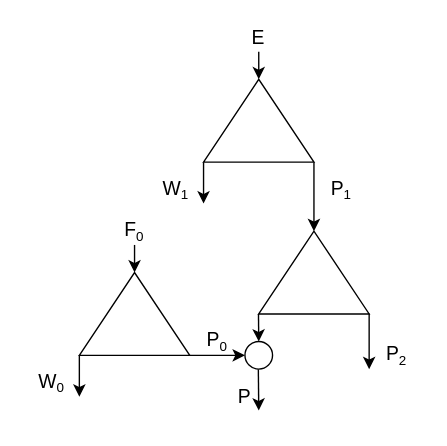
Above: cascades/drawio/p2left.drawio in GusevVlad/Russian-Phd-LaTeX-Dissertation-Template (draw.io), before the change. Source tidied: cells renumbered, new cells numbered last; positions are measured from the earlier drawing's top-left corner, leaving out a move shared by most shapes. Both pictures are drawn from the tidied source at 138%, with x=0, y=0 at pixel (23, 23).
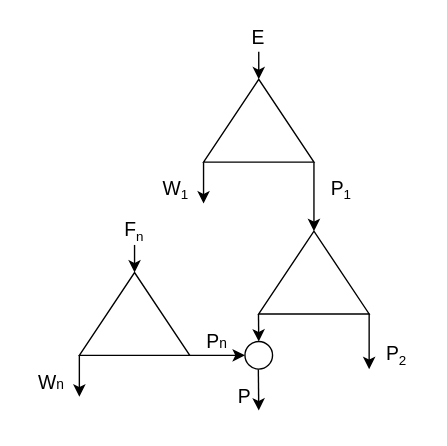
Above is the later version.

Diff of the diagram source:
```diff
@@
-    <mxCell id="14" value="&lt;font style=&quot;font-size: 14px&quot;&gt;F&lt;/font&gt;&lt;font style=&quot;font-size: 11.6667px&quot;&gt;&lt;sub&gt;0&lt;/sub&gt;&lt;/font&gt;" style="text;html=1;strokeColor=none;fillColor=none;align=center;verticalAlign=middle;whiteSpace=wrap;rounded=0;" parent="1" vertex="1">
+    <mxCell id="14" value="&lt;font style=&quot;font-size: 14px&quot;&gt;F&lt;/font&gt;&lt;font style=&quot;font-size: 11.6667px&quot;&gt;&lt;sub&gt;n&lt;/sub&gt;&lt;/font&gt;" style="text;html=1;strokeColor=none;fillColor=none;align=center;verticalAlign=middle;whiteSpace=wrap;rounded=0;" parent="1" vertex="1">
       <mxGeometry x="60" y="140" width="40" height="20" as="geometry" />
     </mxCell>
-    <mxCell id="15" value="&lt;font style=&quot;font-size: 14px&quot;&gt;W&lt;/font&gt;&lt;font style=&quot;font-size: 11.6667px&quot;&gt;&lt;sub&gt;0&lt;/sub&gt;&lt;/font&gt;" style="text;html=1;strokeColor=none;fillColor=none;align=center;verticalAlign=middle;whiteSpace=wrap;rounded=0;" parent="1" vertex="1">
+    <mxCell id="15" value="&lt;font style=&quot;font-size: 14px&quot;&gt;W&lt;/font&gt;&lt;font size=&quot;1&quot;&gt;n&lt;/font&gt;" style="text;html=1;strokeColor=none;fillColor=none;align=center;verticalAlign=middle;whiteSpace=wrap;rounded=0;" parent="1" vertex="1">
       <mxGeometry y="250" width="40" height="20" as="geometry" />
     </mxCell>
-    <mxCell id="16" value="&lt;font style=&quot;font-size: 14px&quot;&gt;P&lt;/font&gt;&lt;font style=&quot;font-size: 11.6667px&quot;&gt;&lt;sub&gt;0&lt;/sub&gt;&lt;/font&gt;" style="text;html=1;strokeColor=none;fillColor=none;align=center;verticalAlign=middle;whiteSpace=wrap;rounded=0;" parent="1" vertex="1">
+    <mxCell id="16" value="&lt;font style=&quot;font-size: 14px&quot;&gt;P&lt;/font&gt;&lt;font size=&quot;1&quot;&gt;n&lt;/font&gt;" style="text;html=1;strokeColor=none;fillColor=none;align=center;verticalAlign=middle;whiteSpace=wrap;rounded=0;" parent="1" vertex="1">
       <mxGeometry x="120" y="220" width="40" height="20" as="geometry" />
     </mxCell>
```
